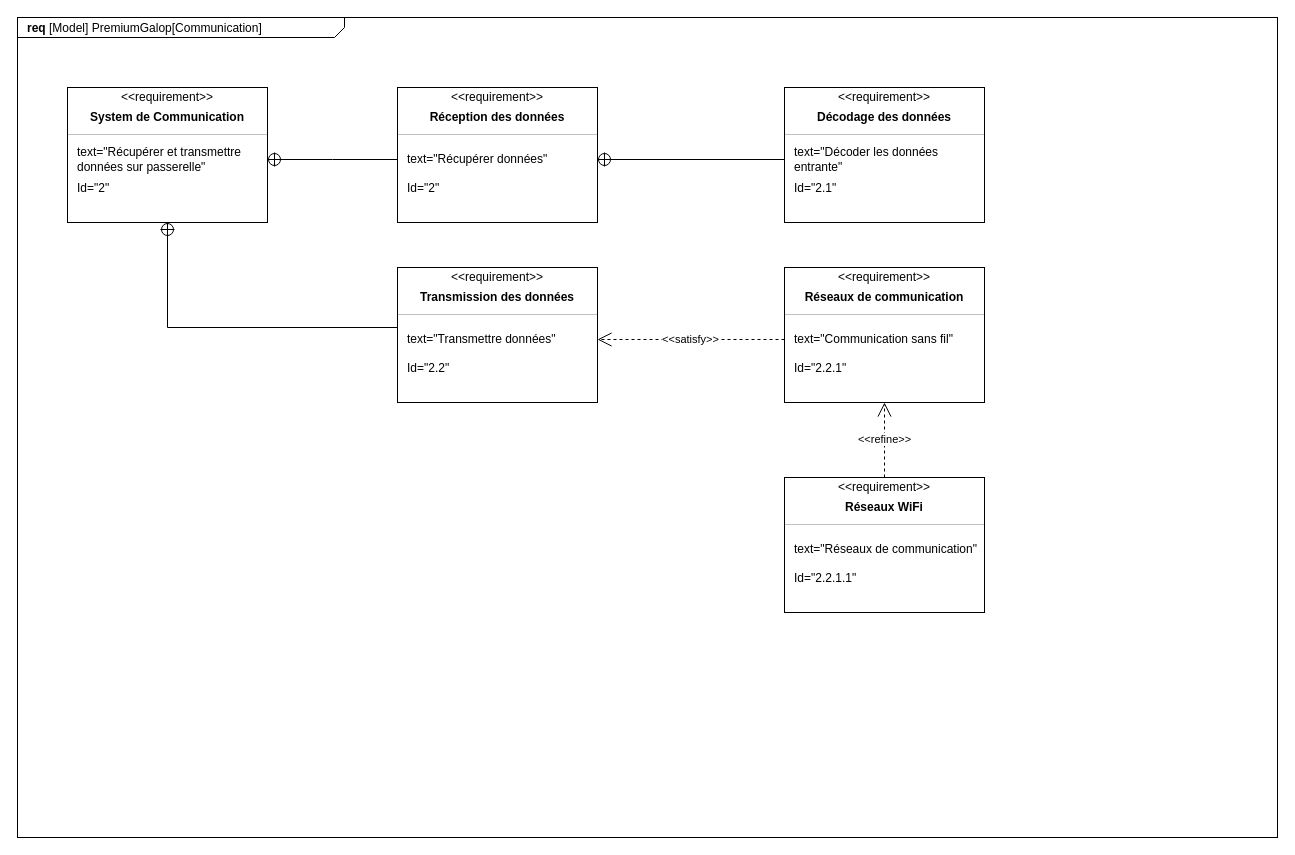
Before: SYSML/D-Requirement_communication-T/D-Requirement_communication-T1.drawio in ToGen49/Hippodrome, a draw.io diagram. Source tidied: cells renumbered, new cells numbered last; positions are measured from the earlier drawing's top-left corner, leaving out a move shared by most shapes. Both pictures are drawn from the tidied source at 100%, with x=0, y=0 at pixel (17, 17).
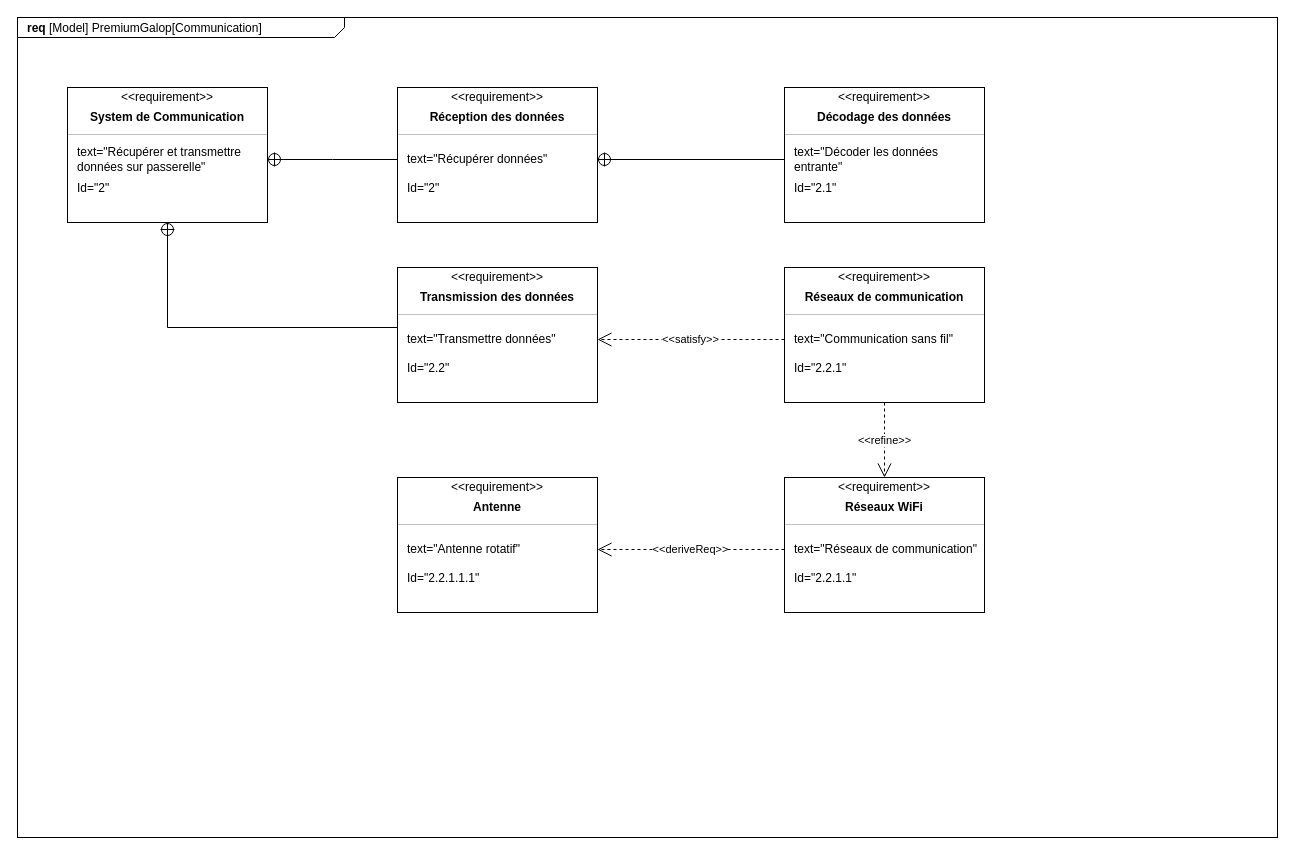
The same diagram, later.

Commit message:
Mettre à jour D-Requirement_communication-T1.drawio

Unchanged cells that the change refers to:
```xml
<mxCell id="40" style="html=1;align=center;spacing=0;verticalAlign=middle;strokeColor=none;fillColor=none;whiteSpace=wrap;" parent="34" vertex="1">
  <mxGeometry y="109" width="200" height="26" as="geometry" />
</mxCell>
<mxCell id="43" value="&amp;lt;&amp;lt;requirement&amp;gt;&amp;gt;" style="html=1;align=center;spacing=0;verticalAlign=middle;strokeColor=none;fillColor=none;whiteSpace=wrap;spacingTop=3;" parent="42" vertex="1">
  <mxGeometry width="200" height="16" as="geometry" />
</mxCell>
<mxCell id="46" value="text=&quot;Réseaux de communication&quot;" style="html=1;align=left;spacing=0;verticalAlign=middle;strokeColor=none;fillColor=none;whiteSpace=wrap;spacingLeft=10;" parent="42" vertex="1">
  <mxGeometry y="51" width="200" height="42" as="geometry" />
</mxCell>
```

The edit, as a diff of the source:
```diff
@@
-    <mxCell id="49" value="&amp;lt;&amp;lt;refine&amp;gt;&amp;gt;" style="endArrow=open;edgeStyle=none;endSize=12;dashed=1;html=1;rounded=0;entryX=0.5;entryY=1;entryDx=0;entryDy=0;exitX=0.5;exitY=0;exitDx=0;exitDy=0;" parent="1" edge="1" source="43" target="40">
+    <mxCell id="49" value="&amp;lt;&amp;lt;refine&amp;gt;&amp;gt;" style="endArrow=open;edgeStyle=none;endSize=12;dashed=1;html=1;rounded=0;exitX=0.5;exitY=1;exitDx=0;exitDy=0;entryX=0.5;entryY=0;entryDx=0;entryDy=0;" parent="1" edge="1" source="40" target="43">
       <mxGeometry relative="1" as="geometry" />
     </mxCell>
+    <mxCell id="50" style="fontStyle=1;align=center;verticalAlign=middle;horizontal=1;" parent="1" vertex="1">
+      <mxGeometry x="380" y="460" width="200" height="135" as="geometry" />
+    </mxCell>
+    <mxCell id="51" value="&amp;lt;&amp;lt;requirement&amp;gt;&amp;gt;" style="html=1;align=center;spacing=0;verticalAlign=middle;strokeColor=none;fillColor=none;whiteSpace=wrap;spacingTop=3;" parent="50" vertex="1">
+      <mxGeometry width="200" height="16" as="geometry" />
+    </mxCell>
+    <mxCell id="52" value="Antenne" style="html=1;align=center;spacing=0;verticalAlign=middle;strokeColor=none;fillColor=none;whiteSpace=wrap;fontStyle=1;" parent="50" vertex="1">
+      <mxGeometry y="16" width="200" height="27" as="geometry" />
+    </mxCell>
+    <mxCell id="53" style="line;strokeWidth=0.25;fillColor=none;align=left;verticalAlign=middle;spacingTop=-1;spacingLeft=3;spacingRight=3;labelPosition=right;" parent="50" vertex="1">
+      <mxGeometry y="43" width="200" height="8" as="geometry" />
+    </mxCell>
+    <mxCell id="54" value="text=&quot;Antenne rotatif&quot;" style="html=1;align=left;spacing=0;verticalAlign=middle;strokeColor=none;fillColor=none;whiteSpace=wrap;spacingLeft=10;" parent="50" vertex="1">
+      <mxGeometry y="51" width="200" height="42" as="geometry" />
+    </mxCell>
+    <mxCell id="55" value="Id=&quot;2.2.1.1.1&lt;span style=&quot;background-color: transparent; color: light-dark(rgb(0, 0, 0), rgb(255, 255, 255));&quot;&gt;&quot;&lt;/span&gt;" style="html=1;align=left;spacing=0;verticalAlign=middle;strokeColor=none;fillColor=none;whiteSpace=wrap;spacingLeft=10;" parent="50" vertex="1">
+      <mxGeometry y="93" width="200" height="16" as="geometry" />
+    </mxCell>
+    <mxCell id="56" style="html=1;align=center;spacing=0;verticalAlign=middle;strokeColor=none;fillColor=none;whiteSpace=wrap;" parent="50" vertex="1">
+      <mxGeometry y="109" width="200" height="26" as="geometry" />
+    </mxCell>
+    <mxCell id="57" value="&amp;lt;&amp;lt;deriveReq&amp;gt;&amp;gt;" style="endArrow=open;html=1;edgeStyle=none;endSize=12;dashed=1;rounded=0;entryX=1;entryY=0.5;entryDx=0;entryDy=0;exitX=0;exitY=0.5;exitDx=0;exitDy=0;" parent="1" edge="1" source="46" target="54">
+      <mxGeometry relative="1" as="geometry" />
+    </mxCell>
```
